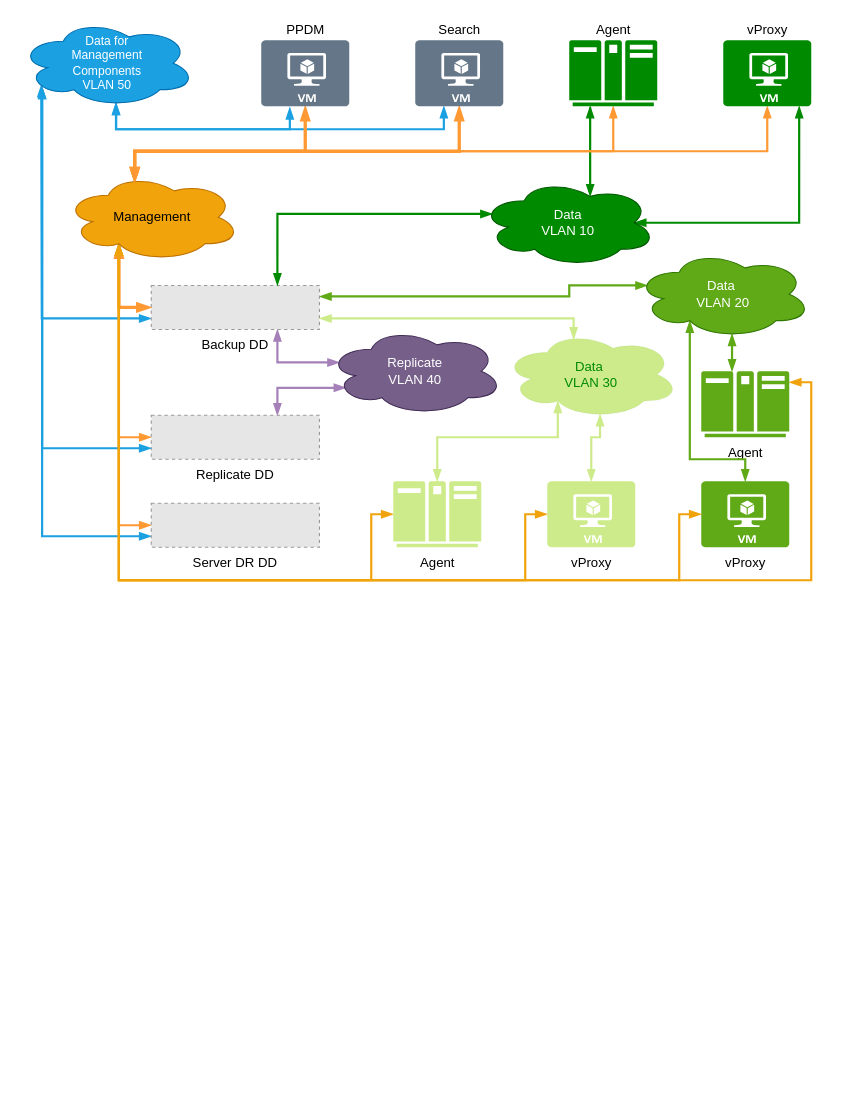
gaivin/drawio keeps this draw.io diagram as page "Page-14" (14 of 14) of VLAN.drawio. Above is the earlier version. Source tidied: cells renumbered, new cells numbered last; positions are measured from the earlier drawing's top-left corner, leaving out a move shared by most shapes. Both pictures are drawn from the tidied source at 110%, with x=0, y=0 at pixel (19, 19). Pictures stored in the file or linked from it are replaced by grey dashed boxes.
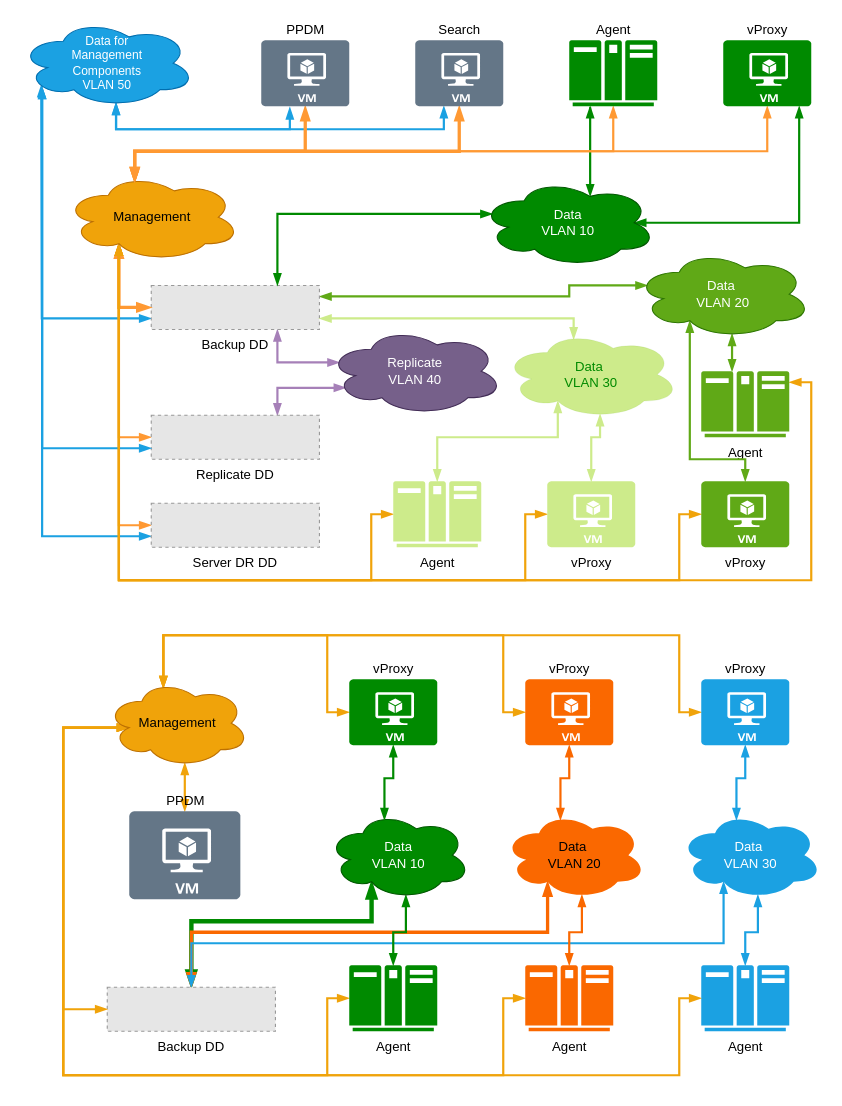
After the change.

The edit, as a diff of the source:
```diff
@@
+    <mxCell id="46" style="edgeStyle=orthogonalEdgeStyle;rounded=0;jettySize=auto;html=1;exitX=0.5;exitY=0;exitDx=0;exitDy=0;entryX=0.31;entryY=0.8;entryDx=0;entryDy=0;entryPerimeter=0;strokeColor=#008A00;strokeWidth=4;fontColor=#000000;startArrow=blockThin;startFill=1;endArrow=blockThin;endFill=1;" parent="1" edge="1" source="49" target="60">
+      <mxGeometry relative="1" as="geometry">
+        <Array as="points">
+          <mxPoint x="157" y="820" />
+          <mxPoint x="320" y="820" />
+        </Array>
+      </mxGeometry>
+    </mxCell>
+    <mxCell id="47" style="edgeStyle=orthogonalEdgeStyle;rounded=0;jettySize=auto;html=1;exitX=0.5;exitY=0;exitDx=0;exitDy=0;entryX=0.31;entryY=0.8;entryDx=0;entryDy=0;entryPerimeter=0;strokeColor=#FA6800;strokeWidth=3;fontColor=#000000;startArrow=blockThin;startFill=1;endArrow=blockThin;endFill=1;fillColor=#fa6800;" parent="1" edge="1" source="49" target="70">
+      <mxGeometry relative="1" as="geometry">
+        <Array as="points">
+          <mxPoint x="157" y="830" />
+          <mxPoint x="480" y="830" />
+        </Array>
+      </mxGeometry>
+    </mxCell>
+    <mxCell id="48" style="edgeStyle=orthogonalEdgeStyle;rounded=0;jettySize=auto;html=1;exitX=0.5;exitY=0;exitDx=0;exitDy=0;entryX=0.31;entryY=0.8;entryDx=0;entryDy=0;entryPerimeter=0;strokeColor=#1BA1E2;strokeWidth=2;fontColor=#000000;startArrow=blockThin;startFill=1;endArrow=blockThin;endFill=1;" parent="1" edge="1" source="49" target="62">
+      <mxGeometry relative="1" as="geometry">
+        <Array as="points">
+          <mxPoint x="157" y="840" />
+          <mxPoint x="640" y="840" />
+        </Array>
+      </mxGeometry>
+    </mxCell>
+    <mxCell id="49" value="Backup DD" style="fillColor=#E6E6E6;strokeColor=#999999;dashed=1;verticalLabelPosition=bottom;labelBackgroundColor=default;verticalAlign=top;" parent="1" vertex="1">
+      <mxGeometry x="80" y="880" width="152.9" height="40" as="geometry" />
+    </mxCell>
+    <mxCell id="50" style="edgeStyle=orthogonalEdgeStyle;rounded=0;jettySize=auto;html=1;exitX=0.55;exitY=0.95;exitDx=0;exitDy=0;exitPerimeter=0;entryX=0.5;entryY=0;entryDx=0;entryDy=0;entryPerimeter=0;strokeColor=#F0A30A;strokeWidth=2;fontColor=#000000;startArrow=blockThin;startFill=1;endArrow=blockThin;endFill=1;" parent="1" edge="1" source="58" target="63">
+      <mxGeometry relative="1" as="geometry" />
+    </mxCell>
+    <mxCell id="51" style="edgeStyle=orthogonalEdgeStyle;rounded=0;jettySize=auto;html=1;exitX=0.4;exitY=0.1;exitDx=0;exitDy=0;exitPerimeter=0;entryX=0;entryY=0.5;entryDx=0;entryDy=0;entryPerimeter=0;strokeColor=#F0A30A;strokeWidth=2;fontColor=#000000;startArrow=blockThin;startFill=1;endArrow=blockThin;endFill=1;" parent="1" edge="1" source="58" target="65">
+      <mxGeometry relative="1" as="geometry">
+        <Array as="points">
+          <mxPoint x="131" y="560" />
+          <mxPoint x="280" y="560" />
+          <mxPoint x="280" y="630" />
+        </Array>
+      </mxGeometry>
+    </mxCell>
+    <mxCell id="52" style="edgeStyle=orthogonalEdgeStyle;rounded=0;jettySize=auto;html=1;exitX=0.4;exitY=0.1;exitDx=0;exitDy=0;exitPerimeter=0;entryX=0;entryY=0.5;entryDx=0;entryDy=0;entryPerimeter=0;strokeColor=#F0A30A;strokeWidth=2;fontColor=#000000;startArrow=blockThin;startFill=1;endArrow=blockThin;endFill=1;" parent="1" edge="1" source="58" target="74">
+      <mxGeometry relative="1" as="geometry">
+        <Array as="points">
+          <mxPoint x="131" y="560" />
+          <mxPoint x="440" y="560" />
+          <mxPoint x="440" y="630" />
+        </Array>
+      </mxGeometry>
+    </mxCell>
+    <mxCell id="53" style="edgeStyle=orthogonalEdgeStyle;rounded=0;jettySize=auto;html=1;exitX=0.4;exitY=0.1;exitDx=0;exitDy=0;exitPerimeter=0;entryX=0;entryY=0.5;entryDx=0;entryDy=0;entryPerimeter=0;strokeColor=#F0A30A;strokeWidth=2;fontColor=#000000;startArrow=blockThin;startFill=1;endArrow=blockThin;endFill=1;" parent="1" edge="1" source="58" target="72">
+      <mxGeometry relative="1" as="geometry">
+        <Array as="points">
+          <mxPoint x="131" y="560" />
+          <mxPoint x="600" y="560" />
+          <mxPoint x="600" y="630" />
+        </Array>
+      </mxGeometry>
+    </mxCell>
+    <mxCell id="54" style="edgeStyle=orthogonalEdgeStyle;rounded=0;jettySize=auto;html=1;entryX=0.16;entryY=0.55;entryDx=0;entryDy=0;strokeColor=#F0A30A;strokeWidth=2;fontColor=#000000;startArrow=blockThin;startFill=1;endArrow=blockThin;endFill=1;entryPerimeter=0;" parent="1" edge="1" source="67" target="58">
+      <mxGeometry relative="1" as="geometry">
+        <Array as="points">
+          <mxPoint x="440" y="890" />
+          <mxPoint x="440" y="960" />
+          <mxPoint x="40" y="960" />
+          <mxPoint x="40" y="644" />
+        </Array>
+      </mxGeometry>
+    </mxCell>
+    <mxCell id="55" style="edgeStyle=orthogonalEdgeStyle;rounded=0;jettySize=auto;html=1;exitX=0.16;exitY=0.55;exitDx=0;exitDy=0;exitPerimeter=0;entryX=0;entryY=0.5;entryDx=0;entryDy=0;strokeColor=#F0A30A;strokeWidth=2;fontColor=#000000;startArrow=blockThin;startFill=1;endArrow=blockThin;endFill=1;" parent="1" edge="1" source="58" target="49">
+      <mxGeometry relative="1" as="geometry">
+        <Array as="points">
+          <mxPoint x="40" y="644" />
+          <mxPoint x="40" y="900" />
+        </Array>
+      </mxGeometry>
+    </mxCell>
+    <mxCell id="56" style="edgeStyle=orthogonalEdgeStyle;rounded=0;jettySize=auto;html=1;exitX=0.16;exitY=0.55;exitDx=0;exitDy=0;exitPerimeter=0;strokeColor=#F0A30A;strokeWidth=2;fontColor=#000000;startArrow=blockThin;startFill=1;endArrow=blockThin;endFill=1;" parent="1" edge="1" source="58" target="66">
+      <mxGeometry relative="1" as="geometry">
+        <Array as="points">
+          <mxPoint x="40" y="644" />
+          <mxPoint x="40" y="960" />
+          <mxPoint x="280" y="960" />
+          <mxPoint x="280" y="890" />
+        </Array>
+      </mxGeometry>
+    </mxCell>
+    <mxCell id="57" style="edgeStyle=orthogonalEdgeStyle;rounded=0;jettySize=auto;html=1;exitX=0.16;exitY=0.55;exitDx=0;exitDy=0;exitPerimeter=0;strokeColor=#F0A30A;strokeWidth=2;fontColor=#000000;startArrow=blockThin;startFill=1;endArrow=blockThin;endFill=1;" parent="1" edge="1" source="58" target="73">
+      <mxGeometry relative="1" as="geometry">
+        <Array as="points">
+          <mxPoint x="40" y="644" />
+          <mxPoint x="40" y="960" />
+          <mxPoint x="600" y="960" />
+          <mxPoint x="600" y="890" />
+        </Array>
+      </mxGeometry>
+    </mxCell>
+    <mxCell id="58" value="Management" style="ellipse;shape=cloud;whiteSpace=wrap;html=1;rounded=1;labelBackgroundColor=none;strokeColor=#BD7000;strokeWidth=1;fontSize=12;fontColor=#000000;fillColor=#F0A30A;" parent="1" vertex="1">
+      <mxGeometry x="79" y="600" width="130" height="80" as="geometry" />
+    </mxCell>
+    <mxCell id="59" style="edgeStyle=orthogonalEdgeStyle;rounded=0;jettySize=auto;html=1;exitX=0.55;exitY=0.95;exitDx=0;exitDy=0;exitPerimeter=0;strokeColor=#008A00;strokeWidth=2;fontColor=#000000;startArrow=blockThin;startFill=1;endArrow=blockThin;endFill=1;" parent="1" edge="1" source="60" target="66">
+      <mxGeometry relative="1" as="geometry" />
+    </mxCell>
+    <mxCell id="60" value="Data&lt;br&gt;VLAN 10" style="ellipse;shape=cloud;whiteSpace=wrap;html=1;rounded=1;labelBackgroundColor=none;strokeColor=#005700;strokeWidth=1;fontSize=12;fillColor=#008A00;fontColor=#ffffff;" parent="1" vertex="1">
+      <mxGeometry x="280" y="720" width="130" height="80" as="geometry" />
+    </mxCell>
+    <mxCell id="61" style="edgeStyle=orthogonalEdgeStyle;rounded=0;jettySize=auto;html=1;exitX=0.55;exitY=0.95;exitDx=0;exitDy=0;exitPerimeter=0;strokeColor=#1BA1E2;strokeWidth=2;fontColor=#000000;startArrow=blockThin;startFill=1;endArrow=blockThin;endFill=1;fillColor=#1ba1e2;" parent="1" edge="1" source="62" target="73">
+      <mxGeometry relative="1" as="geometry" />
+    </mxCell>
+    <mxCell id="62" value="Data&amp;nbsp;&lt;br&gt;VLAN 30" style="ellipse;shape=cloud;whiteSpace=wrap;html=1;rounded=1;labelBackgroundColor=none;strokeColor=none;strokeWidth=0;fontSize=12;fillColor=#1BA1E2;fontStyle=0;fontColor=#ffffff;" parent="1" vertex="1">
+      <mxGeometry x="600" y="720" width="130" height="80" as="geometry" />
+    </mxCell>
+    <mxCell id="63" value="PPDM" style="verticalLabelPosition=top;html=1;verticalAlign=bottom;align=center;strokeColor=none;fillColor=#647687;shape=mxgraph.azure.virtual_machine;rounded=1;labelBackgroundColor=none;strokeWidth=1;fontSize=12;fontColor=#000000;labelPosition=center;" parent="1" vertex="1">
+      <mxGeometry x="100" y="720" width="101" height="80" as="geometry" />
+    </mxCell>
+    <mxCell id="64" style="edgeStyle=orthogonalEdgeStyle;rounded=0;jettySize=auto;html=1;exitX=0.5;exitY=1;exitDx=0;exitDy=0;exitPerimeter=0;entryX=0.4;entryY=0.1;entryDx=0;entryDy=0;entryPerimeter=0;strokeColor=#008A00;strokeWidth=2;fontColor=#000000;startArrow=blockThin;startFill=1;endArrow=blockThin;endFill=1;" parent="1" edge="1" source="65" target="60">
+      <mxGeometry relative="1" as="geometry" />
+    </mxCell>
+    <mxCell id="65" value="vProxy" style="verticalLabelPosition=top;html=1;verticalAlign=bottom;align=center;strokeColor=none;fillColor=#008a00;shape=mxgraph.azure.virtual_machine;rounded=1;labelBackgroundColor=none;strokeWidth=1;fontSize=12;fontColor=#000000;labelPosition=center;" parent="1" vertex="1">
+      <mxGeometry x="300" y="600" width="80" height="60" as="geometry" />
+    </mxCell>
+    <mxCell id="66" value="Agent" style="sketch=0;shadow=0;dashed=0;html=1;strokeColor=none;fillColor=#008a00;labelPosition=center;verticalLabelPosition=bottom;verticalAlign=top;outlineConnect=0;align=center;shape=mxgraph.office.servers.mainframe;rounded=1;labelBackgroundColor=none;strokeWidth=1;fontSize=12;fontColor=#000000;" parent="1" vertex="1">
+      <mxGeometry x="300" y="860" width="80" height="60" as="geometry" />
+    </mxCell>
+    <mxCell id="67" value="Agent" style="sketch=0;shadow=0;dashed=0;html=1;strokeColor=none;fillColor=#fa6800;labelPosition=center;verticalLabelPosition=bottom;verticalAlign=top;outlineConnect=0;align=center;shape=mxgraph.office.servers.mainframe;rounded=1;labelBackgroundColor=none;strokeWidth=1;fontSize=12;fontStyle=0;fontColor=#000000;" parent="1" vertex="1">
+      <mxGeometry x="460" y="860" width="80" height="60" as="geometry" />
+    </mxCell>
+    <mxCell id="68" style="edgeStyle=orthogonalEdgeStyle;rounded=0;jettySize=auto;html=1;exitX=0.4;exitY=0.1;exitDx=0;exitDy=0;exitPerimeter=0;entryX=0.5;entryY=1;entryDx=0;entryDy=0;entryPerimeter=0;strokeColor=#FA6800;strokeWidth=2;fontColor=#000000;startArrow=blockThin;startFill=1;endArrow=blockThin;endFill=1;fillColor=#fa6800;" parent="1" edge="1" source="70" target="74">
+      <mxGeometry relative="1" as="geometry" />
+    </mxCell>
+    <mxCell id="69" style="edgeStyle=orthogonalEdgeStyle;rounded=0;jettySize=auto;html=1;exitX=0.55;exitY=0.95;exitDx=0;exitDy=0;exitPerimeter=0;strokeColor=#FA6800;strokeWidth=2;fontColor=#000000;startArrow=blockThin;startFill=1;endArrow=blockThin;endFill=1;fillColor=#fa6800;" parent="1" edge="1" source="70" target="67">
+      <mxGeometry relative="1" as="geometry" />
+    </mxCell>
+    <mxCell id="70" value="Data&amp;nbsp;&lt;br&gt;VLAN 20" style="ellipse;shape=cloud;whiteSpace=wrap;html=1;rounded=1;labelBackgroundColor=none;strokeColor=none;strokeWidth=1;fontSize=12;fillColor=#fa6800;fontColor=#000000;" parent="1" vertex="1">
+      <mxGeometry x="440" y="720" width="130" height="80" as="geometry" />
+    </mxCell>
+    <mxCell id="71" style="edgeStyle=orthogonalEdgeStyle;rounded=0;jettySize=auto;html=1;entryX=0.4;entryY=0.1;entryDx=0;entryDy=0;entryPerimeter=0;strokeColor=#1BA1E2;strokeWidth=2;fontColor=#000000;startArrow=blockThin;startFill=1;endArrow=blockThin;endFill=1;fillColor=#1ba1e2;" parent="1" edge="1" source="72" target="62">
+      <mxGeometry relative="1" as="geometry" />
+    </mxCell>
+    <mxCell id="72" value="vProxy" style="verticalLabelPosition=top;html=1;verticalAlign=bottom;align=center;strokeColor=none;fillColor=#1ba1e2;shape=mxgraph.azure.virtual_machine;rounded=1;labelBackgroundColor=none;strokeWidth=1;fontSize=12;labelPosition=center;fontColor=#000000;" parent="1" vertex="1">
+      <mxGeometry x="620" y="600" width="80" height="60" as="geometry" />
+    </mxCell>
+    <mxCell id="73" value="Agent" style="sketch=0;shadow=0;dashed=0;html=1;strokeColor=none;fillColor=#1ba1e2;labelPosition=center;verticalLabelPosition=bottom;verticalAlign=top;outlineConnect=0;align=center;shape=mxgraph.office.servers.mainframe;rounded=1;labelBackgroundColor=none;strokeWidth=1;fontSize=12;fontColor=#000000;" parent="1" vertex="1">
+      <mxGeometry x="620" y="860" width="80" height="60" as="geometry" />
+    </mxCell>
+    <mxCell id="74" value="vProxy" style="verticalLabelPosition=top;html=1;verticalAlign=bottom;align=center;strokeColor=none;fillColor=#FA6800;shape=mxgraph.azure.virtual_machine;rounded=1;labelBackgroundColor=none;strokeWidth=1;fontSize=12;labelPosition=center;fontColor=#000000;" parent="1" vertex="1">
+      <mxGeometry x="460" y="600" width="80" height="60" as="geometry" />
+    </mxCell>
```
